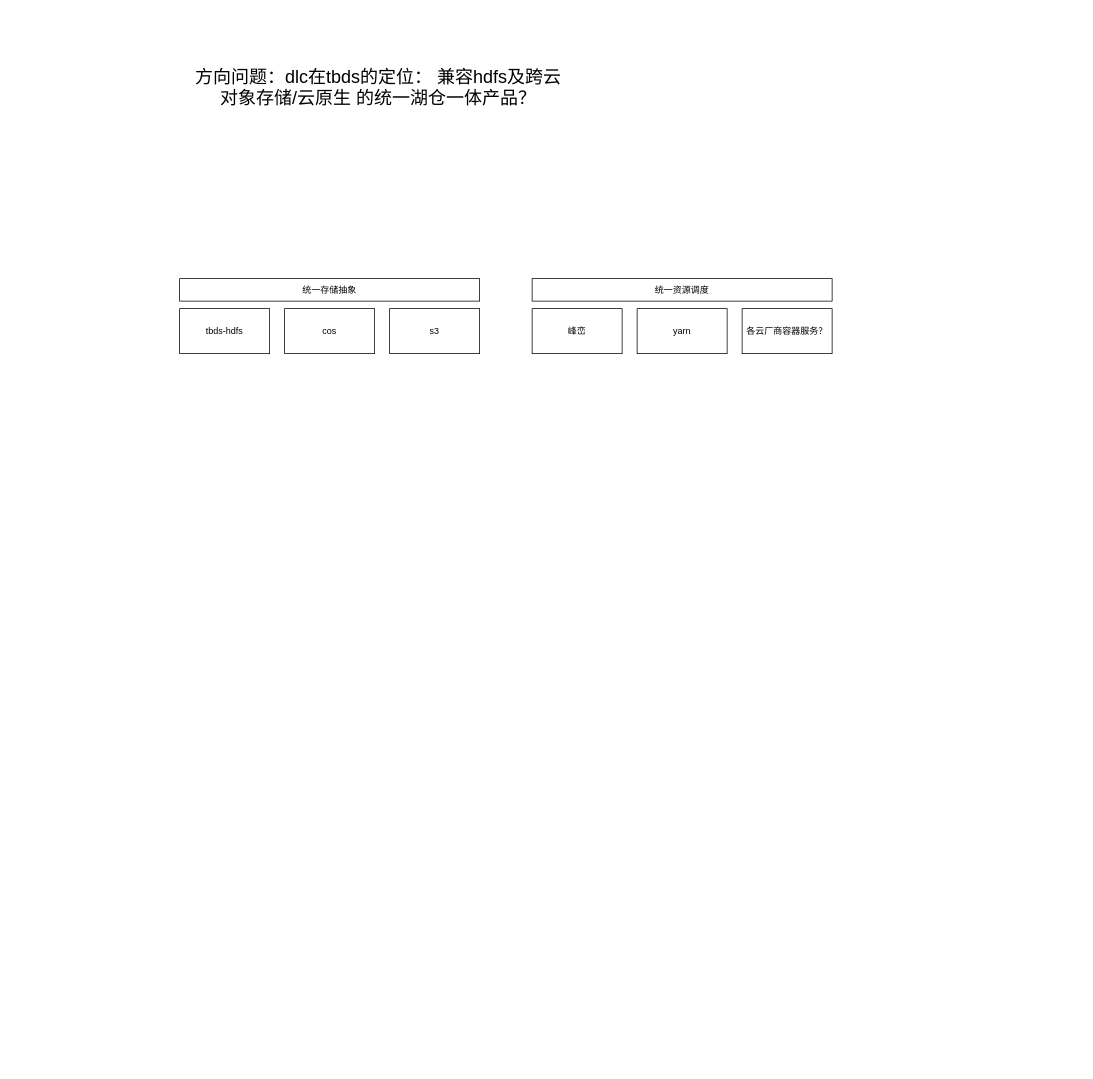
This is dlc+tbds私有化.drawio from yuhuali1989/ui, a draw.io file, before an edit. Source tidied: cells renumbered, new cells numbered last; positions are measured from the earlier drawing's top-left corner, leaving out a move shared by most shapes. Both pictures are drawn from the tidied source at 75%, with x=0, y=0 at pixel (179, 76).
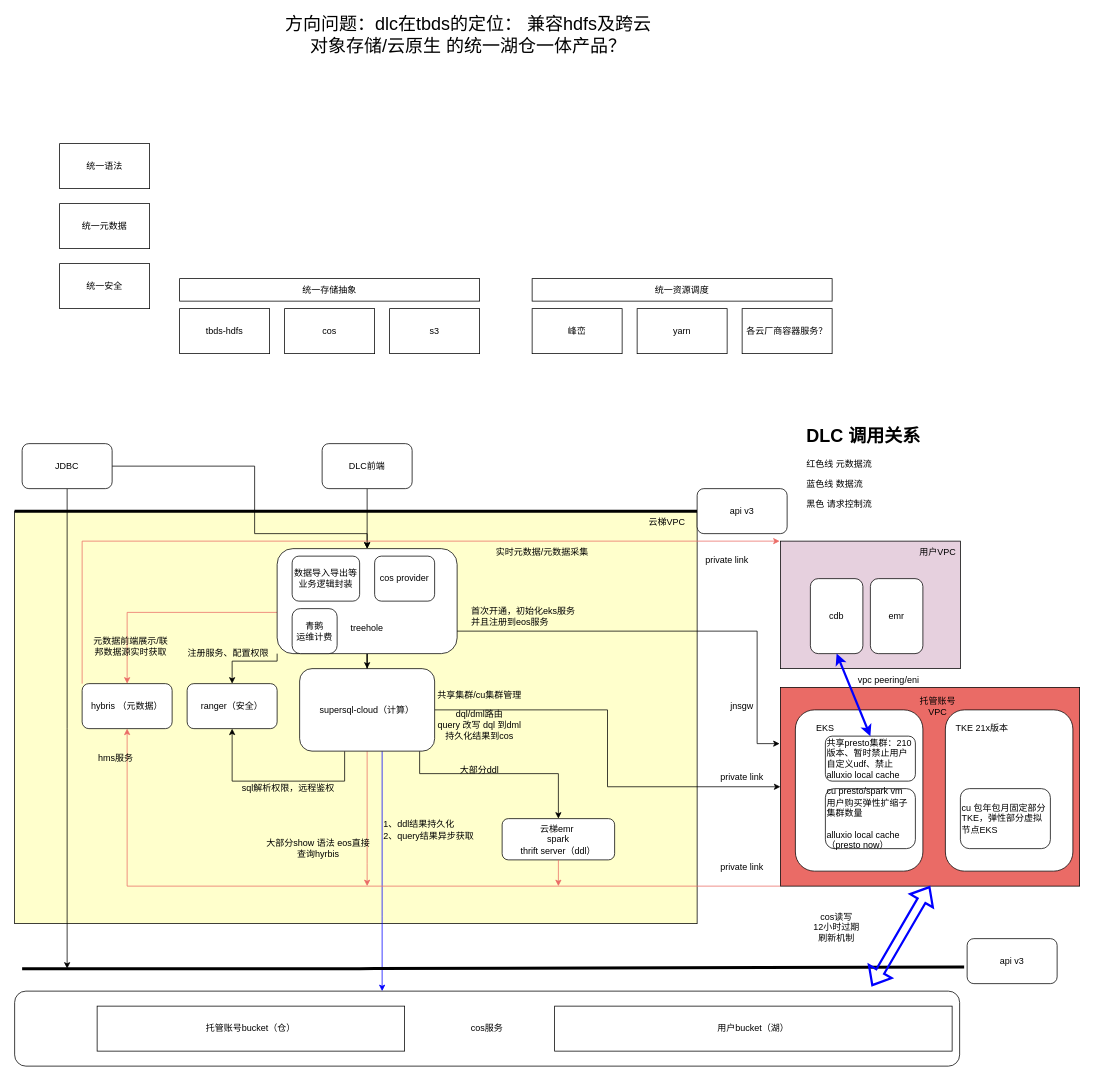
After the change.

Change to the diagram source:
```diff
@@
     <mxCell id="2" value="方向问题：dlc在tbds的定位： 兼容hdfs及跨云 对象存储/云原生 的统一湖仓一体产品？" style="text;html=1;strokeColor=none;fillColor=none;align=center;verticalAlign=middle;whiteSpace=wrap;rounded=0;fontSize=24;" parent="1" vertex="1">
-      <mxGeometry x="10" width="510" height="30" as="geometry" />
+      <mxGeometry x="130" y="-70" width="510" height="30" as="geometry" />
     </mxCell>
@@
+    <mxCell id="11" value="统一元数据" style="rounded=0;whiteSpace=wrap;html=1;" parent="1" vertex="1">
+      <mxGeometry x="-160" y="170" width="120" height="60" as="geometry" />
+    </mxCell>
+    <mxCell id="12" value="统一安全" style="rounded=0;whiteSpace=wrap;html=1;" parent="1" vertex="1">
+      <mxGeometry x="-160" y="250" width="120" height="60" as="geometry" />
+    </mxCell>
+    <mxCell id="13" value="统一语法" style="rounded=0;whiteSpace=wrap;html=1;" parent="1" vertex="1">
+      <mxGeometry x="-160" y="90" width="120" height="60" as="geometry" />
+    </mxCell>
+    <mxCell id="14" style="rounded=0;whiteSpace=wrap;html=1;fontColor=#000000;fillColor=#FFFFCC;" parent="1" vertex="1">
+      <mxGeometry x="-220" y="580" width="910" height="550" as="geometry" />
+    </mxCell>
+    <mxCell id="15" style="rounded=0;whiteSpace=wrap;html=1;fillColor=#EA6B66;" parent="1" vertex="1">
+      <mxGeometry x="801" y="815" width="399" height="265" as="geometry" />
+    </mxCell>
+    <mxCell id="16" style="rounded=0;whiteSpace=wrap;html=1;fillColor=#E6D0DE;" parent="1" vertex="1">
+      <mxGeometry x="801" y="620" width="240" height="170" as="geometry" />
+    </mxCell>
+    <mxCell id="17" style="edgeStyle=orthogonalEdgeStyle;rounded=0;jettySize=auto;html=1;entryX=0.5;entryY=0;entryDx=0;entryDy=0;" parent="1" edge="1" source="19" target="25">
+      <mxGeometry relative="1" as="geometry">
+        <Array as="points">
+          <mxPoint x="100" y="520" />
+          <mxPoint x="100" y="610" />
+          <mxPoint x="250" y="610" />
+        </Array>
+      </mxGeometry>
+    </mxCell>
+    <mxCell id="18" style="edgeStyle=orthogonalEdgeStyle;rounded=0;jettySize=auto;html=1;" parent="1" edge="1" source="19">
+      <mxGeometry relative="1" as="geometry">
+        <mxPoint x="-150" y="1190" as="targetPoint" />
+      </mxGeometry>
+    </mxCell>
+    <mxCell id="19" value="JDBC" style="rounded=1;whiteSpace=wrap;html=1;" parent="1" vertex="1">
+      <mxGeometry x="-210" y="490" width="120" height="60" as="geometry" />
+    </mxCell>
+    <mxCell id="20" style="edgeStyle=orthogonalEdgeStyle;rounded=0;jettySize=auto;html=1;entryX=0.5;entryY=0;entryDx=0;entryDy=0;" parent="1" edge="1" source="21" target="25">
+      <mxGeometry relative="1" as="geometry" />
+    </mxCell>
+    <mxCell id="21" value="DLC前端" style="rounded=1;whiteSpace=wrap;html=1;" parent="1" vertex="1">
+      <mxGeometry x="190" y="490" width="120" height="60" as="geometry" />
+    </mxCell>
+    <mxCell id="22" style="edgeStyle=orthogonalEdgeStyle;rounded=0;jettySize=auto;html=1;" parent="1" edge="1" source="25" target="36">
+      <mxGeometry relative="1" as="geometry" />
+    </mxCell>
+    <mxCell id="23" style="edgeStyle=orthogonalEdgeStyle;rounded=0;jettySize=auto;html=1;strokeColor=#EA6B66;" parent="1" edge="1" source="25" target="39">
+      <mxGeometry relative="1" as="geometry">
+        <Array as="points">
+          <mxPoint x="-70" y="715" />
+        </Array>
+      </mxGeometry>
+    </mxCell>
+    <mxCell id="24" style="edgeStyle=orthogonalEdgeStyle;rounded=0;jettySize=auto;html=1;exitX=0;exitY=1;exitDx=0;exitDy=0;" parent="1" edge="1" source="25" target="43">
+      <mxGeometry relative="1" as="geometry">
+        <Array as="points">
+          <mxPoint x="130" y="780" />
+          <mxPoint x="70" y="780" />
+        </Array>
+      </mxGeometry>
+    </mxCell>
+    <mxCell id="25" value="&lt;br&gt;&lt;br&gt;&lt;br&gt;&lt;br&gt;&lt;br&gt;treehole" style="rounded=1;whiteSpace=wrap;html=1;" parent="1" vertex="1">
+      <mxGeometry x="130" y="630" width="240" height="140" as="geometry" />
+    </mxCell>
+    <mxCell id="26" value="cos服务" style="rounded=1;whiteSpace=wrap;html=1;" parent="1" vertex="1">
+      <mxGeometry x="-220" y="1220" width="1260" height="100" as="geometry" />
+    </mxCell>
+    <mxCell id="27" style="endArrow=none;html=1;strokeWidth=4;" parent="1" edge="1" target="28">
+      <mxGeometry relative="1" as="geometry">
+        <mxPoint x="-220" y="580" as="sourcePoint" />
+      </mxGeometry>
+    </mxCell>
+    <mxCell id="28" value="api v3" style="rounded=1;whiteSpace=wrap;html=1;" parent="1" vertex="1">
+      <mxGeometry x="690" y="550" width="120" height="60" as="geometry" />
+    </mxCell>
+    <mxCell id="29" style="rounded=1;whiteSpace=wrap;html=1;" parent="1" vertex="1">
+      <mxGeometry x="821" y="845" width="170" height="215" as="geometry" />
+    </mxCell>
+    <mxCell id="30" value="首次开通，初始化eks服务&lt;br&gt;并且注册到eos服务" style="text;html=1;strokeColor=none;fillColor=none;align=left;verticalAlign=middle;whiteSpace=wrap;rounded=0;" parent="1" vertex="1">
+      <mxGeometry x="387" y="710" width="220" height="20" as="geometry" />
+    </mxCell>
+    <mxCell id="31" style="edgeStyle=orthogonalEdgeStyle;rounded=0;jettySize=auto;html=1;entryX=0;entryY=0.5;entryDx=0;entryDy=0;" parent="1" edge="1" source="36" target="15">
+      <mxGeometry relative="1" as="geometry" />
+    </mxCell>
+    <mxCell id="32" style="edgeStyle=orthogonalEdgeStyle;rounded=0;jettySize=auto;html=1;strokeColor=#EA6B66;" parent="1" edge="1" source="36">
+      <mxGeometry relative="1" as="geometry">
+        <mxPoint x="250" y="1080" as="targetPoint" />
+        <Array as="points">
+          <mxPoint x="250" y="1050" />
+          <mxPoint x="250" y="1050" />
+        </Array>
+      </mxGeometry>
+    </mxCell>
+    <mxCell id="33" style="edgeStyle=orthogonalEdgeStyle;rounded=0;jettySize=auto;html=1;entryX=0.5;entryY=1;entryDx=0;entryDy=0;" parent="1" edge="1" source="36" target="43">
+      <mxGeometry relative="1" as="geometry">
+        <Array as="points">
+          <mxPoint x="220" y="940" />
+          <mxPoint x="70" y="940" />
+        </Array>
+      </mxGeometry>
+    </mxCell>
+    <mxCell id="34" style="edgeStyle=orthogonalEdgeStyle;rounded=0;jettySize=auto;html=1;strokeColor=#0000FF;fontColor=#000000;" parent="1" edge="1" source="36" target="26">
+      <mxGeometry relative="1" as="geometry">
+        <Array as="points">
+          <mxPoint x="270" y="1120" />
+          <mxPoint x="270" y="1120" />
+        </Array>
+      </mxGeometry>
+    </mxCell>
+    <mxCell id="35" style="edgeStyle=orthogonalEdgeStyle;rounded=0;jettySize=auto;html=1;fontColor=#000000;strokeColor=#000000;" parent="1" edge="1" source="36" target="67">
+      <mxGeometry relative="1" as="geometry">
+        <Array as="points">
+          <mxPoint x="320" y="860" />
+          <mxPoint x="320" y="930" />
+          <mxPoint x="505" y="930" />
+        </Array>
+      </mxGeometry>
+    </mxCell>
+    <mxCell id="36" value="supersql-cloud（计算）" style="rounded=1;whiteSpace=wrap;html=1;" parent="1" vertex="1">
+      <mxGeometry x="160" y="790" width="180" height="110" as="geometry" />
+    </mxCell>
+    <mxCell id="37" style="edgeStyle=orthogonalEdgeStyle;rounded=0;jettySize=auto;html=1;entryX=0.5;entryY=1;entryDx=0;entryDy=0;strokeColor=#EA6B66;" parent="1" edge="1" source="15" target="39">
+      <mxGeometry relative="1" as="geometry">
+        <Array as="points">
+          <mxPoint x="-70" y="1080" />
+        </Array>
+      </mxGeometry>
+    </mxCell>
+    <mxCell id="38" style="edgeStyle=orthogonalEdgeStyle;rounded=0;jettySize=auto;html=1;strokeColor=#EA6B66;" parent="1" edge="1" source="39">
+      <mxGeometry relative="1" as="geometry">
+        <mxPoint x="800" y="620" as="targetPoint" />
+        <Array as="points">
+          <mxPoint x="-130" y="620" />
+          <mxPoint x="800" y="620" />
+        </Array>
+      </mxGeometry>
+    </mxCell>
+    <mxCell id="39" value="hybris （元数据）" style="rounded=1;whiteSpace=wrap;html=1;" parent="1" vertex="1">
+      <mxGeometry x="-130" y="810" width="120" height="60" as="geometry" />
+    </mxCell>
+    <mxCell id="40" value="元数据前端展示/联邦数据源实时获取" style="text;html=1;strokeColor=none;fillColor=none;align=center;verticalAlign=middle;whiteSpace=wrap;rounded=0;" parent="1" vertex="1">
+      <mxGeometry x="-120" y="750" width="110" height="20" as="geometry" />
+    </mxCell>
+    <mxCell id="41" value="大部分show 语法 eos直接查询hyrbis" style="text;html=1;strokeColor=none;fillColor=none;align=center;verticalAlign=middle;whiteSpace=wrap;rounded=0;" parent="1" vertex="1">
+      <mxGeometry x="110" y="1020" width="150" height="20" as="geometry" />
+    </mxCell>
+    <mxCell id="42" value="hms服务" style="text;html=1;strokeColor=none;fillColor=none;align=center;verticalAlign=middle;whiteSpace=wrap;rounded=0;" parent="1" vertex="1">
+      <mxGeometry x="-120" y="900" width="70" height="20" as="geometry" />
+    </mxCell>
+    <mxCell id="43" value="ranger（安全）" style="rounded=1;whiteSpace=wrap;html=1;" parent="1" vertex="1">
+      <mxGeometry x="10" y="810" width="120" height="60" as="geometry" />
+    </mxCell>
+    <mxCell id="44" value="注册服务、配置权限" style="text;html=1;strokeColor=none;fillColor=none;align=center;verticalAlign=middle;whiteSpace=wrap;rounded=0;" parent="1" vertex="1">
+      <mxGeometry x="10" y="760" width="110" height="20" as="geometry" />
+    </mxCell>
+    <mxCell id="45" value="sql解析权限，远程鉴权" style="text;html=1;strokeColor=none;fillColor=none;align=center;verticalAlign=middle;whiteSpace=wrap;rounded=0;" parent="1" vertex="1">
+      <mxGeometry x="80" y="940" width="130" height="20" as="geometry" />
+    </mxCell>
+    <mxCell id="46" value="1、ddl结果持久化&lt;br&gt;2、query结果异步获取" style="text;html=1;strokeColor=none;fillColor=none;align=left;verticalAlign=middle;whiteSpace=wrap;rounded=0;" parent="1" vertex="1">
+      <mxGeometry x="270" y="990" width="130" height="30" as="geometry" />
+    </mxCell>
+    <mxCell id="47" value="cdb" style="rounded=1;whiteSpace=wrap;html=1;align=center;" parent="1" vertex="1">
+      <mxGeometry x="841" y="670" width="70" height="100" as="geometry" />
+    </mxCell>
+    <mxCell id="48" value="实时元数据/元数据采集" style="text;html=1;strokeColor=none;fillColor=none;align=left;verticalAlign=middle;whiteSpace=wrap;rounded=0;" parent="1" vertex="1">
+      <mxGeometry x="420" y="625" width="130" height="20" as="geometry" />
+    </mxCell>
+    <mxCell id="49" style="endArrow=none;html=1;strokeWidth=4;entryX=-0.033;entryY=0.633;entryDx=0;entryDy=0;entryPerimeter=0;" parent="1" edge="1" target="50">
+      <mxGeometry relative="1" as="geometry">
+        <mxPoint x="-210" y="1190" as="sourcePoint" />
+        <Array as="points">
+          <mxPoint x="250" y="1190" />
+        </Array>
+      </mxGeometry>
+    </mxCell>
+    <mxCell id="50" value="api v3" style="rounded=1;whiteSpace=wrap;html=1;" parent="1" vertex="1">
+      <mxGeometry x="1050" y="1150" width="120" height="60" as="geometry" />
+    </mxCell>
+    <mxCell id="51" value="&lt;h1&gt;DLC 调用关系&lt;/h1&gt;&lt;p&gt;红色线 元数据流&lt;/p&gt;&lt;p&gt;蓝色线 数据流&lt;/p&gt;&lt;p&gt;黑色 请求控制流&lt;/p&gt;" style="text;html=1;strokeColor=none;fillColor=none;spacing=5;spacingTop=-20;whiteSpace=wrap;overflow=hidden;rounded=0;" parent="1" vertex="1">
+      <mxGeometry x="831" y="460" width="190" height="130" as="geometry" />
+    </mxCell>
+    <mxCell id="52" value="用户VPC" style="text;html=1;strokeColor=none;fillColor=none;align=center;verticalAlign=middle;whiteSpace=wrap;rounded=0;" parent="1" vertex="1">
+      <mxGeometry x="981" y="620" width="60" height="30" as="geometry" />
+    </mxCell>
+    <mxCell id="53" value="emr" style="rounded=1;whiteSpace=wrap;html=1;align=center;" parent="1" vertex="1">
+      <mxGeometry x="921" y="670" width="70" height="100" as="geometry" />
+    </mxCell>
+    <mxCell id="54" value="托管账号VPC" style="text;html=1;strokeColor=none;fillColor=none;align=center;verticalAlign=middle;whiteSpace=wrap;rounded=0;" parent="1" vertex="1">
+      <mxGeometry x="981" y="825" width="60" height="30" as="geometry" />
+    </mxCell>
+    <mxCell id="55" value="EKS" style="text;html=1;strokeColor=none;fillColor=none;align=center;verticalAlign=middle;whiteSpace=wrap;rounded=0;" parent="1" vertex="1">
+      <mxGeometry x="831" y="855" width="60" height="30" as="geometry" />
+    </mxCell>
+    <mxCell id="56" value="共享presto集群：210版本、暂时禁止用户自定义udf、禁止alluxio local cache" style="rounded=1;whiteSpace=wrap;html=1;align=left;" parent="1" vertex="1">
+      <mxGeometry x="861" y="880" width="120" height="60" as="geometry" />
+    </mxCell>
+    <mxCell id="57" value="cu presto/spark vm&lt;br&gt;用户购买弹性扩缩子集群数量&lt;br&gt;&lt;br&gt;alluxio local cache（presto now）&amp;nbsp;" style="rounded=1;whiteSpace=wrap;html=1;align=left;" parent="1" vertex="1">
+      <mxGeometry x="861" y="950" width="120" height="80" as="geometry" />
+    </mxCell>
+    <mxCell id="58" style="endArrow=classic;startArrow=classic;html=1;rounded=0;entryX=0.5;entryY=1;entryDx=0;entryDy=0;exitX=0.5;exitY=0;exitDx=0;exitDy=0;strokeColor=#0000FF;strokeWidth=3;" parent="1" edge="1" source="56" target="47">
+      <mxGeometry relative="1" as="geometry" />
+    </mxCell>
+    <mxCell id="59" value="vpc peering/eni" style="text;html=1;strokeColor=none;fillColor=none;align=center;verticalAlign=middle;whiteSpace=wrap;rounded=0;" parent="1" vertex="1">
+      <mxGeometry x="851" y="790" width="189" height="30" as="geometry" />
+    </mxCell>
+    <mxCell id="60" style="edgeStyle=orthogonalEdgeStyle;rounded=0;jettySize=auto;html=1;" parent="1" edge="1" source="25">
+      <mxGeometry relative="1" as="geometry">
+        <mxPoint x="800" y="890" as="targetPoint" />
+        <Array as="points">
+          <mxPoint x="770" y="740" />
+          <mxPoint x="770" y="890" />
+        </Array>
+      </mxGeometry>
+    </mxCell>
+    <mxCell id="61" value="共享集群/cu集群管理" style="text;html=1;strokeColor=none;fillColor=none;align=center;verticalAlign=middle;whiteSpace=wrap;rounded=0;" parent="1" vertex="1">
+      <mxGeometry x="340" y="810" width="120" height="30" as="geometry" />
+    </mxCell>
+    <mxCell id="62" value="private link" style="text;html=1;strokeColor=none;fillColor=none;align=center;verticalAlign=middle;whiteSpace=wrap;rounded=0;" parent="1" vertex="1">
+      <mxGeometry x="690" y="630" width="80" height="30" as="geometry" />
+    </mxCell>
+    <mxCell id="63" value="jnsgw" style="text;html=1;strokeColor=none;fillColor=none;align=center;verticalAlign=middle;whiteSpace=wrap;rounded=0;" parent="1" vertex="1">
+      <mxGeometry x="710" y="825" width="80" height="30" as="geometry" />
+    </mxCell>
+    <mxCell id="64" value="private link" style="text;html=1;strokeColor=none;fillColor=none;align=center;verticalAlign=middle;whiteSpace=wrap;rounded=0;" parent="1" vertex="1">
+      <mxGeometry x="710" y="920" width="80" height="30" as="geometry" />
+    </mxCell>
+    <mxCell id="65" value="dql/dml路由&lt;br&gt;query 改写 dql 到dml持久化结果到cos" style="text;html=1;strokeColor=none;fillColor=none;align=center;verticalAlign=middle;whiteSpace=wrap;rounded=0;" parent="1" vertex="1">
+      <mxGeometry x="340" y="850" width="120" height="30" as="geometry" />
+    </mxCell>
+    <mxCell id="66" value="云梯VPC" style="text;html=1;strokeColor=none;fillColor=none;align=center;verticalAlign=middle;whiteSpace=wrap;rounded=0;" parent="1" vertex="1">
+      <mxGeometry x="620" y="580" width="60" height="30" as="geometry" />
+    </mxCell>
+    <mxCell id="67" value="云梯emr&amp;nbsp;&lt;br&gt;spark&lt;br&gt;thrift server（ddl）" style="rounded=1;whiteSpace=wrap;html=1;align=center;" parent="1" vertex="1">
+      <mxGeometry x="430" y="990" width="150" height="55" as="geometry" />
+    </mxCell>
+    <mxCell id="68" value="大部分ddl" style="text;html=1;strokeColor=none;fillColor=none;align=center;verticalAlign=middle;whiteSpace=wrap;rounded=0;" parent="1" vertex="1">
+      <mxGeometry x="340" y="910" width="120" height="30" as="geometry" />
+    </mxCell>
+    <mxCell id="69" value="private link" style="text;html=1;strokeColor=none;fillColor=none;align=center;verticalAlign=middle;whiteSpace=wrap;rounded=0;" parent="1" vertex="1">
+      <mxGeometry x="710" y="1040" width="80" height="30" as="geometry" />
+    </mxCell>
+    <mxCell id="70" value="cos读写&lt;br&gt;12小时过期&lt;br&gt;刷新机制" style="text;html=1;strokeColor=none;fillColor=none;align=center;verticalAlign=middle;whiteSpace=wrap;rounded=0;fontColor=#000000;" parent="1" vertex="1">
+      <mxGeometry x="811" y="1120" width="130" height="30" as="geometry" />
+    </mxCell>
+    <mxCell id="71" value="数据导入导出等业务逻辑封装" style="rounded=1;whiteSpace=wrap;html=1;" parent="1" vertex="1">
+      <mxGeometry x="150" y="640" width="90" height="60" as="geometry" />
+    </mxCell>
+    <mxCell id="72" value="cos provider" style="rounded=1;whiteSpace=wrap;html=1;" parent="1" vertex="1">
+      <mxGeometry x="260" y="640" width="80" height="60" as="geometry" />
+    </mxCell>
+    <mxCell id="73" style="endArrow=classic;html=1;rounded=0;fontColor=#000000;strokeColor=#EA6B66;exitX=0.5;exitY=1;exitDx=0;exitDy=0;" parent="1" edge="1" source="67">
+      <mxGeometry relative="1" as="geometry">
+        <mxPoint x="505" y="1080" as="targetPoint" />
+      </mxGeometry>
+    </mxCell>
+    <mxCell id="74" style="shape=flexArrow;endArrow=classic;startArrow=classic;html=1;rounded=0;fontColor=#000000;strokeColor=#0000FF;strokeWidth=3;entryX=0.5;entryY=1;entryDx=0;entryDy=0;exitX=0.907;exitY=-0.067;exitDx=0;exitDy=0;exitPerimeter=0;" parent="1" edge="1" source="26" target="15">
+      <mxGeometry relative="1" as="geometry" />
+    </mxCell>
+    <mxCell id="75" value="托管账号bucket（仓）" style="rounded=0;whiteSpace=wrap;html=1;fontColor=#000000;fillColor=#FFFFFF;" parent="1" vertex="1">
+      <mxGeometry x="-110" y="1240" width="410" height="60" as="geometry" />
+    </mxCell>
+    <mxCell id="76" value="用户bucket（湖）" style="rounded=0;whiteSpace=wrap;html=1;fontColor=#000000;fillColor=#FFFFFF;" parent="1" vertex="1">
+      <mxGeometry x="500" y="1240" width="530" height="60" as="geometry" />
+    </mxCell>
+    <mxCell id="77" value="青鹅&lt;br&gt;运维计费" style="rounded=1;whiteSpace=wrap;html=1;arcSize=18;" parent="1" vertex="1">
+      <mxGeometry x="150" y="710" width="60" height="60" as="geometry" />
+    </mxCell>
+    <mxCell id="78" style="rounded=1;whiteSpace=wrap;html=1;" parent="1" vertex="1">
+      <mxGeometry x="1021" y="845" width="170" height="215" as="geometry" />
+    </mxCell>
+    <mxCell id="79" value="TKE 21x版本" style="text;html=1;strokeColor=none;fillColor=none;align=center;verticalAlign=middle;whiteSpace=wrap;rounded=0;" parent="1" vertex="1">
+      <mxGeometry x="1030" y="855" width="80" height="30" as="geometry" />
+    </mxCell>
+    <mxCell id="80" value="cu 包年包月固定部分TKE，弹性部分虚拟节点EKS" style="rounded=1;whiteSpace=wrap;html=1;align=left;" parent="1" vertex="1">
+      <mxGeometry x="1041" y="950" width="120" height="80" as="geometry" />
+    </mxCell>
```
